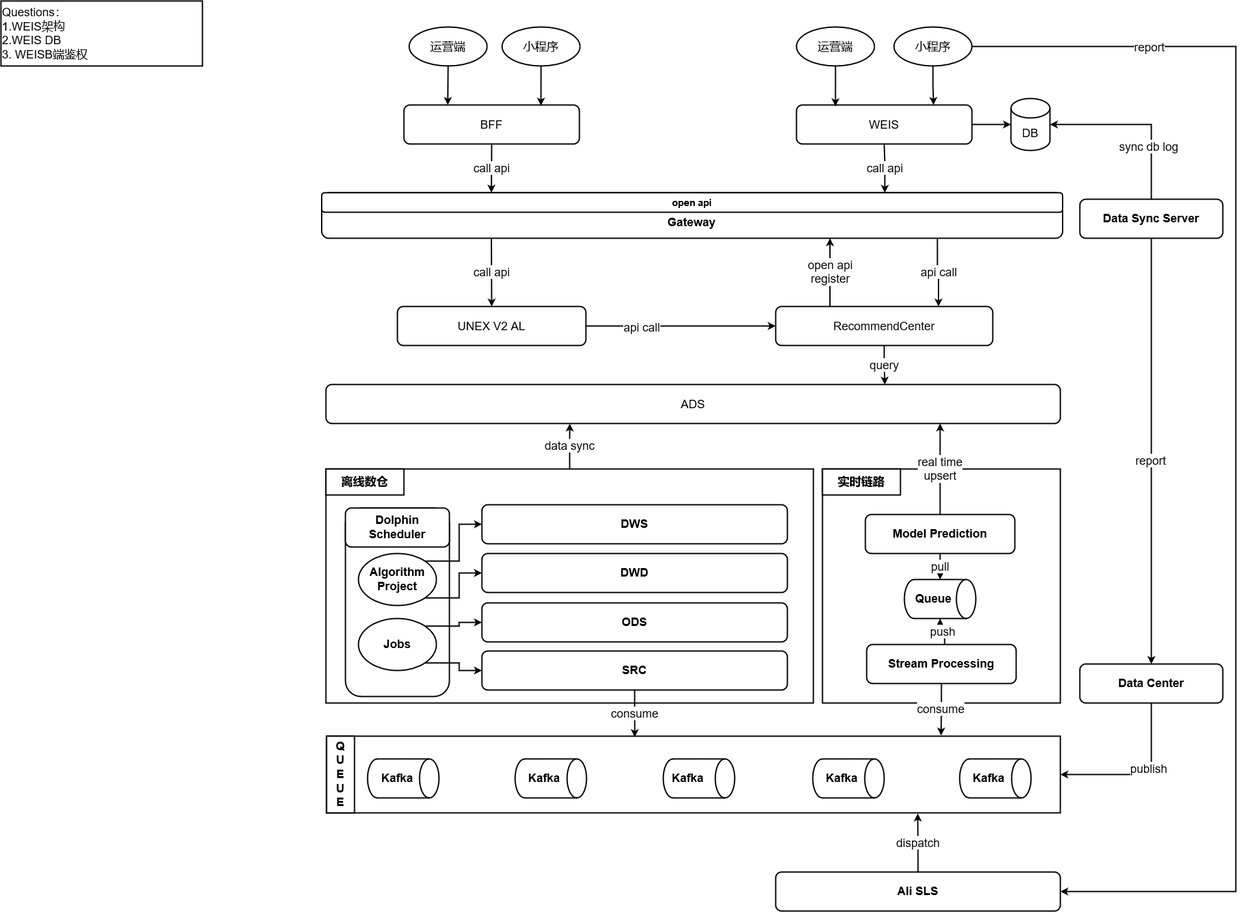
Earlier version of the draw.io export EIC-Sema-Integration-Solution.drawio.png (jackie-thank/beego-authz). Source tidied: cells renumbered, new cells last; positions are measured from the earlier drawing's top-left corner, leaving out a move shared by most shapes.
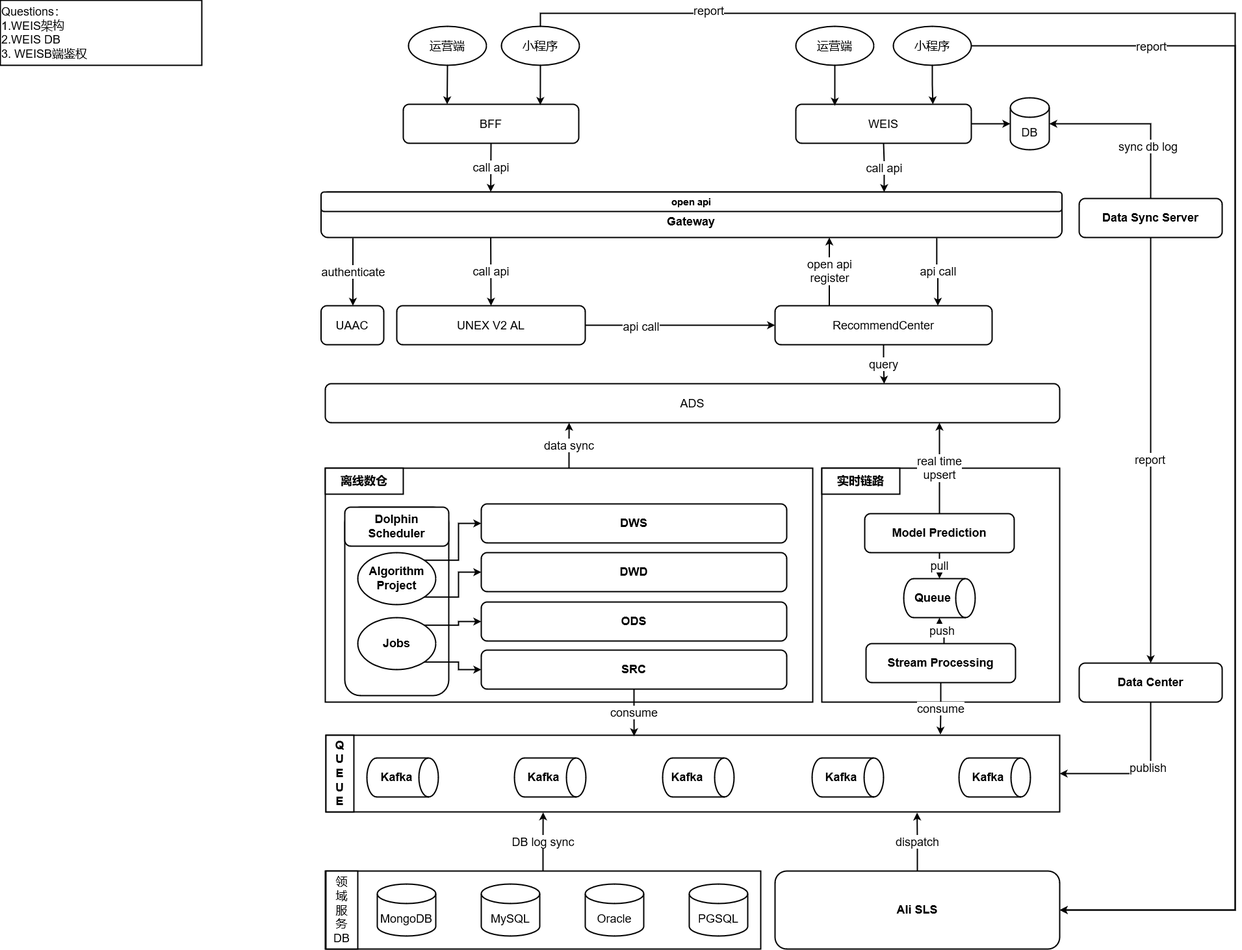
Later version of the same file.

The edit, as a diff of the source:
```diff
@@ -14,11 +14,11 @@
     <mxCell id="5" style="edgeStyle=orthogonalEdgeStyle;rounded=0;jettySize=auto;html=1;exitX=0.5;exitY=1;exitDx=0;exitDy=0;entryX=0.781;entryY=0;entryDx=0;entryDy=0;entryPerimeter=0;strokeWidth=2;fontSize=18;" parent="1" edge="1" source="8" target="11">
       <mxGeometry relative="1" as="geometry" />
     </mxCell>
-    <mxCell id="6" style="edgeStyle=orthogonalEdgeStyle;rounded=0;jettySize=auto;html=1;exitX=1;exitY=0.5;exitDx=0;exitDy=0;entryX=1;entryY=0.5;entryDx=0;entryDy=0;strokeWidth=2;fontSize=18;" parent="1" edge="1" source="8" target="69">
+    <mxCell id="6" style="rounded=0;jettySize=auto;html=1;exitX=1;exitY=0.5;exitDx=0;exitDy=0;entryX=1;entryY=0.5;entryDx=0;entryDy=0;strokeWidth=2;fontSize=18;edgeStyle=orthogonalEdgeStyle;" parent="1" edge="1" source="8" target="69">
       <mxGeometry relative="1" as="geometry">
         <Array as="points">
           <mxPoint x="1900" y="70" />
-          <mxPoint x="1900" y="1370" />
+          <mxPoint x="1900" y="1400" />
         </Array>
       </mxGeometry>
     </mxCell>
@@ -55,6 +55,14 @@
     <mxCell id="15" value="call api" style="edgeStyle=none;rounded=0;jettySize=auto;html=1;entryX=0.5;entryY=0;entryDx=0;entryDy=0;strokeWidth=2;fontSize=18;exitX=0.229;exitY=0.986;exitDx=0;exitDy=0;exitPerimeter=0;" parent="1" edge="1" source="16" target="66">
       <mxGeometry relative="1" as="geometry" />
     </mxCell>
+    <mxCell id="78" value="authenticate" style="edgeStyle=orthogonalEdgeStyle;rounded=0;jettySize=auto;html=1;strokeWidth=2;fontSize=18;exitX=0.043;exitY=1.014;exitDx=0;exitDy=0;exitPerimeter=0;" parent="1" edge="1" source="16" target="81">
+      <mxGeometry relative="1" as="geometry">
+        <Array as="points">
+          <mxPoint x="543" y="418" />
+          <mxPoint x="542" y="418" />
+        </Array>
+      </mxGeometry>
+    </mxCell>
     <mxCell id="16" value="&lt;div&gt;&lt;br&gt;&lt;/div&gt;&lt;div&gt;Gateway&lt;/div&gt;" style="rounded=1;whiteSpace=wrap;html=1;strokeWidth=2;fontSize=18;fontStyle=1;" parent="1" vertex="1">
       <mxGeometry x="493.5" y="295" width="1140" height="70" as="geometry" />
     </mxCell>
@@ -196,6 +204,18 @@
     <mxCell id="60" style="edgeStyle=none;rounded=0;jettySize=auto;html=1;exitX=0.5;exitY=1;exitDx=0;exitDy=0;entryX=0.781;entryY=0.017;entryDx=0;entryDy=0;entryPerimeter=0;strokeWidth=2;fontSize=18;" parent="1" edge="1" source="61" target="59">
       <mxGeometry relative="1" as="geometry" />
     </mxCell>
+    <mxCell id="79" style="rounded=0;jettySize=auto;html=1;exitX=0.5;exitY=0;exitDx=0;exitDy=0;entryX=1;entryY=0.5;entryDx=0;entryDy=0;strokeWidth=2;fontSize=18;edgeStyle=orthogonalEdgeStyle;" parent="1" edge="1" source="61" target="69">
+      <mxGeometry relative="1" as="geometry">
+        <Array as="points">
+          <mxPoint x="831" y="20" />
+          <mxPoint x="1900" y="20" />
+          <mxPoint x="1900" y="1400" />
+        </Array>
+      </mxGeometry>
+    </mxCell>
+    <mxCell id="80" value="report" style="edgeLabel;html=1;align=center;verticalAlign=middle;fontSize=18;" parent="79" vertex="1">
+      <mxGeometry x="-0.8" y="5" relative="1" as="geometry" />
+    </mxCell>
     <mxCell id="61" value="小程序" style="ellipse;whiteSpace=wrap;html=1;strokeWidth=2;fontSize=18;" parent="1" vertex="1">
       <mxGeometry x="771" y="40" width="120" height="60" as="geometry" />
     </mxCell>
@@ -223,7 +243,7 @@
       </mxGeometry>
     </mxCell>
     <mxCell id="69" value="&lt;div&gt;Ali SLS&lt;/div&gt;" style="rounded=1;whiteSpace=wrap;html=1;strokeWidth=2;fontSize=18;fontStyle=1;" parent="1" vertex="1">
-      <mxGeometry x="1192" y="1340" width="438" height="60" as="geometry" />
+      <mxGeometry x="1192" y="1340" width="438" height="120" as="geometry" />
     </mxCell>
     <mxCell id="70" style="edgeStyle=orthogonalEdgeStyle;rounded=0;jettySize=auto;html=1;exitX=0.5;exitY=0;exitDx=0;exitDy=0;entryX=1;entryY=0.5;entryDx=0;entryDy=0;entryPerimeter=0;strokeWidth=2;fontSize=18;" parent="1" edge="1" source="74" target="17">
       <mxGeometry relative="1" as="geometry" />
@@ -253,5 +273,29 @@
     <mxCell id="77" value="Data Center" style="rounded=1;whiteSpace=wrap;html=1;strokeWidth=2;fontSize=18;fontStyle=1;" parent="1" vertex="1">
       <mxGeometry x="1660" y="1020" width="220" height="60" as="geometry" />
     </mxCell>
+    <mxCell id="81" value="UAAC" style="rounded=1;whiteSpace=wrap;html=1;strokeWidth=2;fontSize=18;" parent="1" vertex="1">
+      <mxGeometry x="493.5" y="470" width="96.5" height="60" as="geometry" />
+    </mxCell>
+    <mxCell id="82" value="DB log sync" style="edgeStyle=orthogonalEdgeStyle;rounded=0;jettySize=auto;html=1;exitX=0.5;exitY=0;exitDx=0;exitDy=0;entryX=0.296;entryY=1.006;entryDx=0;entryDy=0;entryPerimeter=0;strokeWidth=2;fontSize=18;" parent="1" edge="1" source="83" target="23">
+      <mxGeometry relative="1" as="geometry" />
+    </mxCell>
+    <mxCell id="83" style="rounded=0;whiteSpace=wrap;html=1;strokeWidth=2;fontSize=18;" parent="1" vertex="1">
+      <mxGeometry x="500" y="1340" width="670" height="120" as="geometry" />
+    </mxCell>
+    <mxCell id="84" value="&lt;div&gt;领&lt;/div&gt;&lt;div&gt;域&lt;/div&gt;&lt;div&gt;服&lt;/div&gt;&lt;div&gt;务&lt;br&gt;&lt;/div&gt;&lt;div&gt;DB&lt;br&gt;&lt;/div&gt;" style="rounded=0;whiteSpace=wrap;html=1;strokeWidth=2;fontSize=18;" parent="1" vertex="1">
+      <mxGeometry x="501" y="1340" width="49" height="120" as="geometry" />
+    </mxCell>
+    <mxCell id="85" value="MongoDB" style="shape=cylinder3;whiteSpace=wrap;html=1;boundedLbl=1;backgroundOutline=1;size=15;strokeWidth=2;fontSize=18;" parent="1" vertex="1">
+      <mxGeometry x="580" y="1360" width="90" height="80" as="geometry" />
+    </mxCell>
+    <mxCell id="86" value="MySQL" style="shape=cylinder3;whiteSpace=wrap;html=1;boundedLbl=1;backgroundOutline=1;size=15;strokeWidth=2;fontSize=18;" parent="1" vertex="1">
+      <mxGeometry x="740" y="1360" width="90" height="80" as="geometry" />
+    </mxCell>
+    <mxCell id="87" value="Oracle" style="shape=cylinder3;whiteSpace=wrap;html=1;boundedLbl=1;backgroundOutline=1;size=15;strokeWidth=2;fontSize=18;" parent="1" vertex="1">
+      <mxGeometry x="900" y="1360" width="90" height="80" as="geometry" />
+    </mxCell>
+    <mxCell id="88" value="PGSQL" style="shape=cylinder3;whiteSpace=wrap;html=1;boundedLbl=1;backgroundOutline=1;size=15;strokeWidth=2;fontSize=18;" parent="1" vertex="1">
+      <mxGeometry x="1060" y="1360" width="90" height="80" as="geometry" />
+    </mxCell>
   </root>
 </mxGraphModel>
```
